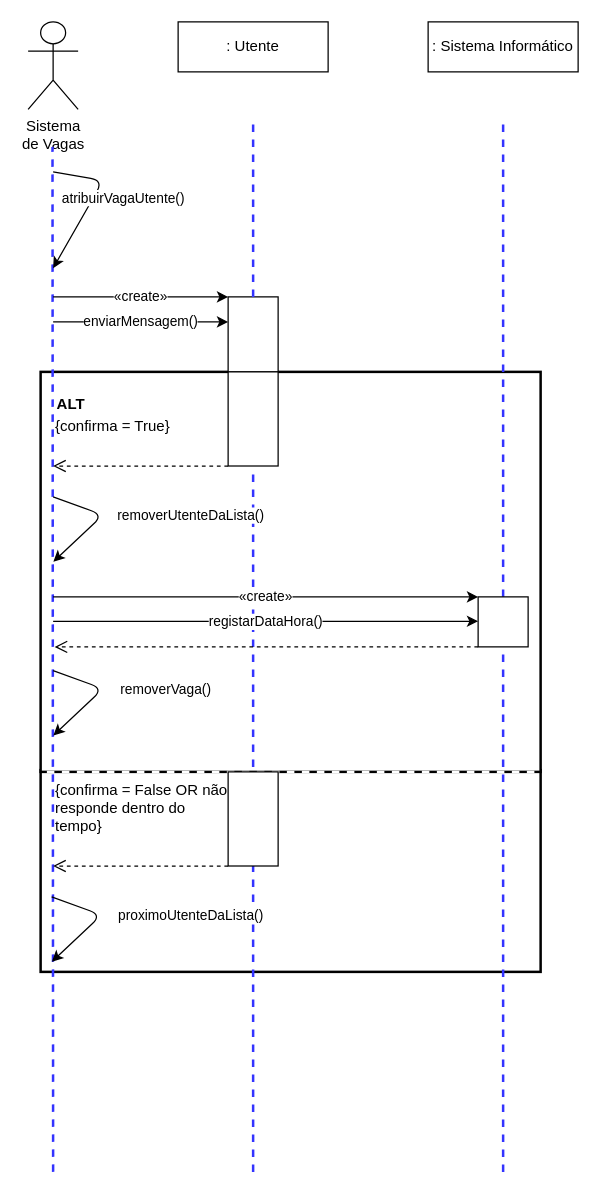
This is page "Atribuir Vaga" (2 of 2) of Diagramas de Sequência - Atribuir Vaga e Facturação.drawio from carlan92/Hospital_Management_System, a draw.io file, before an edit. Source tidied: cells renumbered, new cells numbered last; positions are measured from the earlier drawing's top-left corner, leaving out a move shared by most shapes. Both pictures are drawn from the tidied source at 125%, with x=0, y=0 at pixel (28, 21).
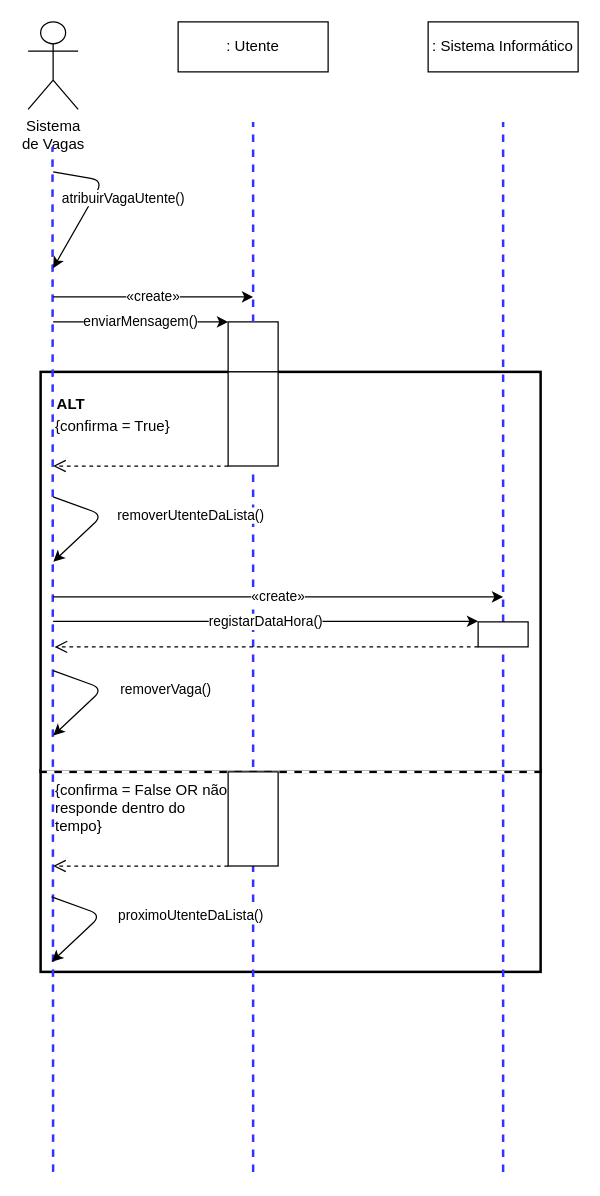
After the change.

What changed in the source:
```diff
@@
-    <mxCell id="11" value="«create»" style="endArrow=classic;html=1;strokeWidth=1;entryX=0;entryY=0;entryDx=0;entryDy=0;" parent="1" edge="1">
+    <mxCell id="11" value="«create»" style="endArrow=classic;html=1;strokeWidth=1;" parent="1" edge="1">
       <mxGeometry relative="1" as="geometry">
         <mxPoint x="20" y="220" as="sourcePoint" />
-        <mxPoint x="160" y="220" as="targetPoint" />
+        <mxPoint x="180" y="220" as="targetPoint" />
       </mxGeometry>
     </mxCell>
     <mxCell id="12" style="rounded=0;whiteSpace=wrap;html=1;" parent="1" vertex="1">
-      <mxGeometry x="160" y="220" width="40" height="60" as="geometry" />
+      <mxGeometry x="160" y="240" width="40" height="40" as="geometry" />
     </mxCell>
@@
-    <mxCell id="23" value="«create»" style="endArrow=classic;html=1;strokeWidth=1;entryX=0;entryY=0;entryDx=0;entryDy=0;" parent="1" edge="1" target="27">
+    <mxCell id="23" value="«create»" style="endArrow=classic;html=1;strokeWidth=1;" parent="1" edge="1">
       <mxGeometry x="50" y="320" as="geometry">
         <mxPoint x="20" y="460" as="sourcePoint" />
+        <mxPoint x="380" y="460" as="targetPoint" />
       </mxGeometry>
     </mxCell>
@@
     <mxCell id="27" style="rounded=0;whiteSpace=wrap;html=1;" parent="1" vertex="1">
-      <mxGeometry x="360" y="460" width="40" height="40" as="geometry" />
+      <mxGeometry x="360" y="480" width="40" height="20" as="geometry" />
     </mxCell>
```
